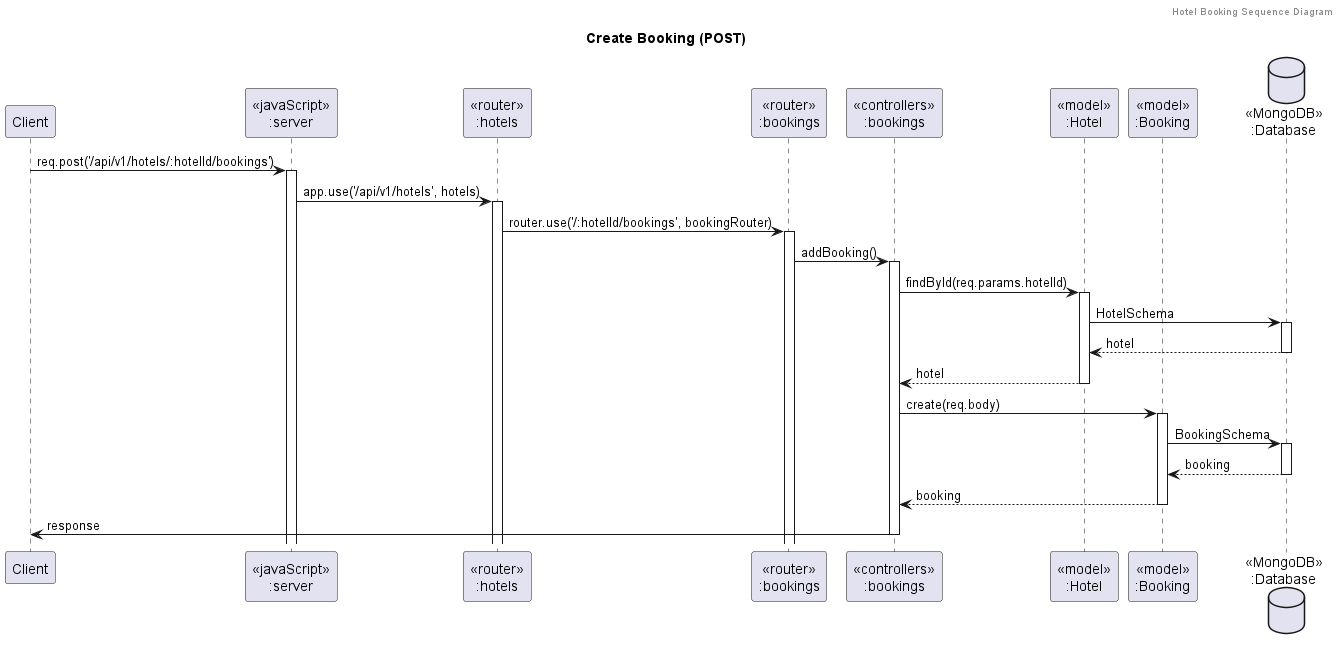
This is UMLDocuments/Sequence/Booking/Booking (Post)/Create Booking (POST).png from CaseCrescent/BackEnd-TestProject, a PlantUML export, as it was before one commit.
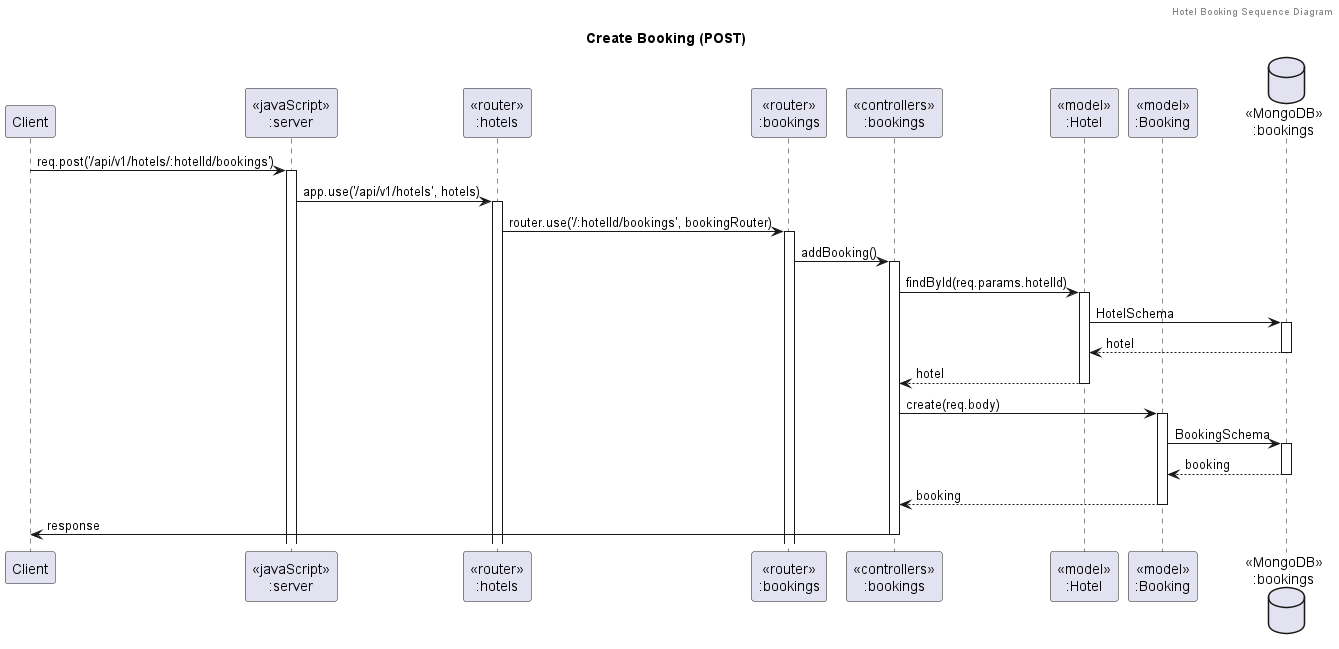
After the change.

Diff of the diagram source:
```diff
@@ -9,7 +9,7 @@
 participant "<<controllers>>\n:bookings" as controllersBookings
 participant "<<model>>\n:Hotel" as modelHotel
 participant "<<model>>\n:Booking" as modelBooking
-database "<<MongoDB>>\n:Database" as Database
+database "<<MongoDB>>\n:bookings" as Database
 
 client->server ++:req.post('/api/v1/hotels/:hotelId/bookings')
 server->routerHotels ++:app.use('/api/v1/hotels', hotels)
```
